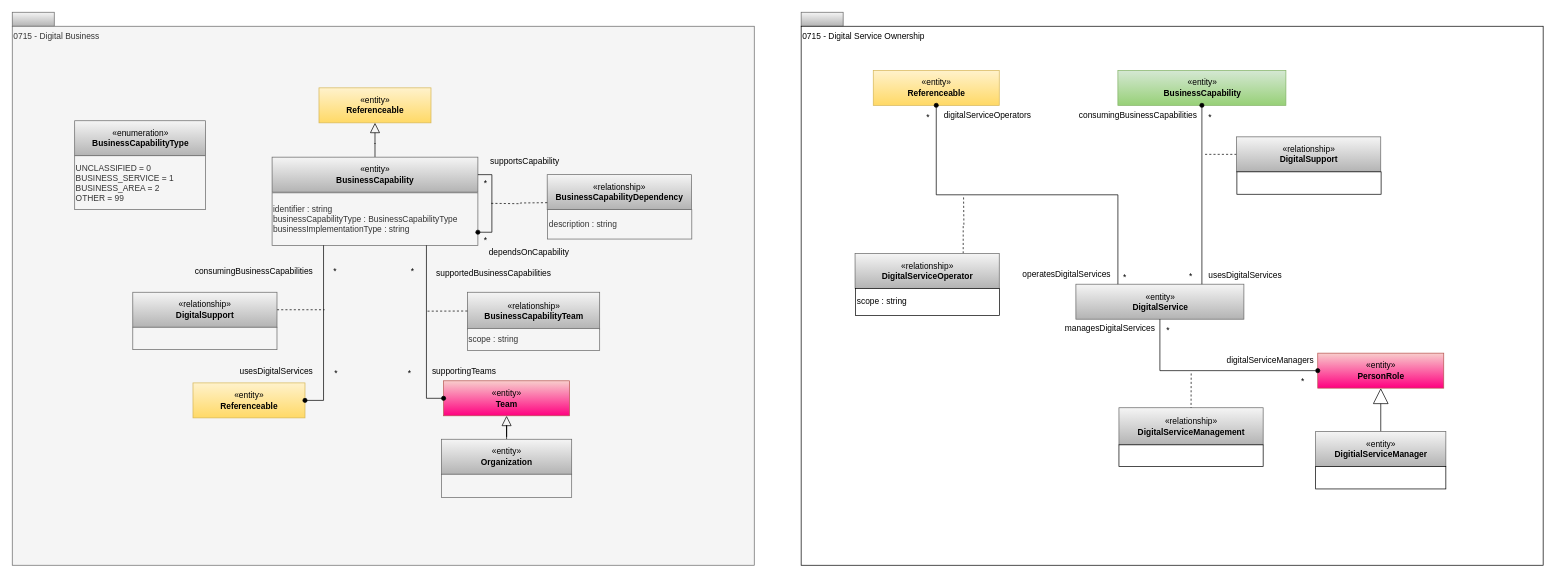
This is page "0715-Digital-Business" (5 of 18) of site/docs/types/7/area-7-lineage.drawio from odpi/egeria-docs, a draw.io file, before an edit. Source tidied: cells renumbered, new cells numbered last; positions are measured from the earlier drawing's top-left corner, leaving out a move shared by most shapes. Both pictures are drawn from the tidied source at 70%, with x=0, y=0 at pixel (12, 12).
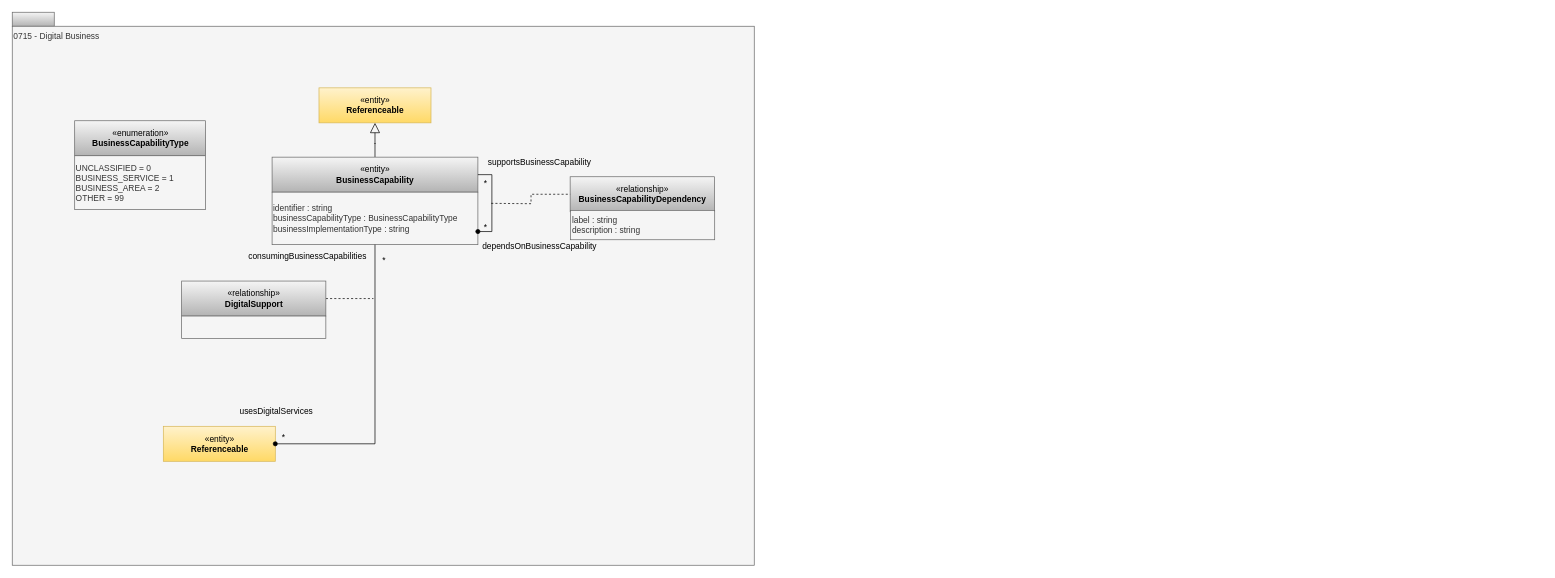
Above is the later version.

Change to the diagram source:
```diff
@@
-    <mxCell id="4" style="rounded=0;whiteSpace=wrap;html=1;align=left;fillColor=#f5f5f5;strokeColor=#666666;gradientColor=#b3b3b3;" parent="1" vertex="1">
-      <mxGeometry x="1127" width="60" height="20" as="geometry" />
-    </mxCell>
-    <mxCell id="5" value="0715 - Digital Service Ownership" style="rounded=0;whiteSpace=wrap;html=1;align=left;verticalAlign=top;" parent="1" vertex="1">
-      <mxGeometry x="1127" y="20" width="1060" height="770" as="geometry" />
-    </mxCell>
-    <mxCell id="6" style="edgeStyle=orthogonalEdgeStyle;rounded=0;html=1;exitX=0.75;exitY=0;dashed=1;endArrow=none;endFill=0;jettySize=auto;exitDx=0;exitDy=0;" parent="1" edge="1" source="7">
-      <mxGeometry relative="1" as="geometry">
-        <mxPoint x="1359" y="262" as="targetPoint" />
-      </mxGeometry>
-    </mxCell>
-    <mxCell id="7" value="«relationship»&lt;br&gt;&lt;b&gt;DigitalServiceOperator&lt;/b&gt;" style="html=1;strokeColor=#666666;align=center;fillColor=#f5f5f5;gradientColor=#b3b3b3;" parent="1" vertex="1">
-      <mxGeometry x="1204" y="344.5" width="206" height="50" as="geometry" />
-    </mxCell>
-    <mxCell id="8" value="scope : string" style="rounded=0;whiteSpace=wrap;html=1;strokeColor=#000000;gradientColor=#ffffff;align=left;" parent="1" vertex="1">
-      <mxGeometry x="1204.5" y="394.5" width="206" height="38.5" as="geometry" />
-    </mxCell>
-    <mxCell id="9" value="«entity»&lt;br&gt;&lt;b&gt;DigitalService&lt;/b&gt;" style="html=1;strokeColor=#666666;align=center;fillColor=#f5f5f5;gradientColor=#b3b3b3;" parent="1" vertex="1">
-      <mxGeometry x="1519.5" y="388.5" width="240" height="50" as="geometry" />
-    </mxCell>
-    <mxCell id="10" value="«entity»&lt;br&gt;&lt;b&gt;BusinessCapability&lt;/b&gt;" style="html=1;strokeColor=#82b366;align=center;fillColor=#d5e8d4;gradientColor=#97d077;" parent="1" vertex="1">
-      <mxGeometry x="1579.5" y="83" width="240" height="50" as="geometry" />
-    </mxCell>
-    <mxCell id="11" style="edgeStyle=orthogonalEdgeStyle;rounded=0;html=1;exitX=0;exitY=0.5;endArrow=none;endFill=0;jettySize=auto;dashed=1;" parent="1" edge="1" source="12">
-      <mxGeometry relative="1" as="geometry">
-        <mxPoint x="1701" y="203" as="targetPoint" />
-      </mxGeometry>
-    </mxCell>
-    <mxCell id="12" value="«relationship»&lt;br&gt;&lt;b&gt;DigitalSupport&lt;/b&gt;" style="html=1;strokeColor=#666666;align=center;fillColor=#f5f5f5;gradientColor=#b3b3b3;" parent="1" vertex="1">
-      <mxGeometry x="1749" y="178" width="206" height="50" as="geometry" />
-    </mxCell>
-    <mxCell id="13" style="rounded=0;whiteSpace=wrap;html=1;strokeColor=#000000;gradientColor=#ffffff;align=left;" parent="1" vertex="1">
-      <mxGeometry x="1749.5" y="228" width="206" height="32" as="geometry" />
-    </mxCell>
-    <mxCell id="14" value="digitalServiceOperators" style="text;html=1;align=center;verticalAlign=top;spacingTop=-4;" parent="1" vertex="1">
-      <mxGeometry x="1323" y="137" width="140" height="20" as="geometry" />
-    </mxCell>
-    <mxCell id="15" value="*" style="text;html=1;align=center;verticalAlign=top;spacingTop=-4;" parent="1" vertex="1">
-      <mxGeometry x="1300" y="140" width="15" height="14" as="geometry" />
-    </mxCell>
-    <mxCell id="16" value="*" style="text;html=1;align=center;verticalAlign=top;spacingTop=-4;" parent="1" vertex="1">
-      <mxGeometry x="1581" y="369" width="15" height="14" as="geometry" />
-    </mxCell>
-    <mxCell id="17" value="*" style="text;html=1;align=center;verticalAlign=top;spacingTop=-4;" parent="1" vertex="1">
-      <mxGeometry x="1703" y="140" width="15" height="14" as="geometry" />
-    </mxCell>
-    <mxCell id="18" value="*" style="text;html=1;align=center;verticalAlign=top;spacingTop=-4;" parent="1" vertex="1">
-      <mxGeometry x="1643.2" y="445" width="15" height="14" as="geometry" />
-    </mxCell>
-    <mxCell id="19" value="usesDigitalServices" style="text;html=1;align=center;verticalAlign=top;spacingTop=-4;" parent="1" vertex="1">
-      <mxGeometry x="1701" y="366" width="120" height="20" as="geometry" />
-    </mxCell>
-    <mxCell id="20" value="digitalServiceManagers" style="text;html=1;align=center;verticalAlign=top;spacingTop=-4;" parent="1" vertex="1">
-      <mxGeometry x="1726.5" y="487" width="140" height="20" as="geometry" />
-    </mxCell>
-    <mxCell id="21" style="edgeStyle=orthogonalEdgeStyle;rounded=0;jettySize=auto;html=1;exitX=0.5;exitY=0;exitDx=0;exitDy=0;endArrow=block;endFill=0;endSize=20;" parent="1" edge="1" source="22" target="30">
-      <mxGeometry relative="1" as="geometry" />
-    </mxCell>
-    <mxCell id="22" value="«entity»&lt;br&gt;&lt;b&gt;DigitialServiceManager&lt;/b&gt;" style="html=1;strokeColor=#666666;align=center;fillColor=#f5f5f5;gradientColor=#b3b3b3;" parent="1" vertex="1">
-      <mxGeometry x="1862" y="599" width="186" height="50" as="geometry" />
-    </mxCell>
-    <mxCell id="23" value="*" style="text;html=1;strokeColor=none;fillColor=none;align=center;verticalAlign=middle;whiteSpace=wrap;rounded=0;" parent="1" vertex="1">
-      <mxGeometry x="1831" y="519" width="26" height="18" as="geometry" />
-    </mxCell>
-    <mxCell id="24" value="«relationship»&lt;br&gt;&lt;b&gt;DigitalServiceManagement&lt;/b&gt;" style="html=1;strokeColor=#666666;align=center;fillColor=#f5f5f5;gradientColor=#b3b3b3;" parent="1" vertex="1">
-      <mxGeometry x="1581" y="565" width="206" height="53" as="geometry" />
-    </mxCell>
-    <mxCell id="25" style="endArrow=none;dashed=1;html=1;entryX=0.5;entryY=0;entryDx=0;entryDy=0;" parent="1" edge="1" target="24">
-      <mxGeometry relative="1" as="geometry">
-        <mxPoint x="1684.2" y="516" as="sourcePoint" />
-      </mxGeometry>
-    </mxCell>
-    <mxCell id="26" style="rounded=0;whiteSpace=wrap;html=1;strokeColor=#000000;gradientColor=#ffffff;align=left;" parent="1" vertex="1">
-      <mxGeometry x="1581" y="618" width="206" height="31" as="geometry" />
-    </mxCell>
-    <mxCell id="27" value="consumingBusinessCapabilities" style="text;html=1;strokeColor=none;fillColor=none;align=center;verticalAlign=middle;whiteSpace=wrap;rounded=0;" parent="1" vertex="1">
-      <mxGeometry x="1557.8" y="137" width="100.5" height="20" as="geometry" />
-    </mxCell>
-    <mxCell id="28" value="managesDigitalServices" style="text;html=1;strokeColor=none;fillColor=none;align=center;verticalAlign=middle;whiteSpace=wrap;rounded=0;" parent="1" vertex="1">
-      <mxGeometry x="1511" y="442" width="115" height="20" as="geometry" />
-    </mxCell>
-    <mxCell id="29" value="*" style="text;html=1;strokeColor=none;fillColor=none;align=center;verticalAlign=middle;whiteSpace=wrap;rounded=0;" parent="1" vertex="1">
-      <mxGeometry x="1671" y="368.5" width="26" height="18" as="geometry" />
-    </mxCell>
-    <mxCell id="30" value="«entity»&lt;br&gt;&lt;b&gt;PersonRole&lt;/b&gt;" style="html=1;strokeColor=#b85450;align=center;fillColor=#f8cecc;gradientColor=#FF0080;" parent="1" vertex="1">
-      <mxGeometry x="1865" y="487" width="180" height="50" as="geometry" />
-    </mxCell>
-    <mxCell id="31" value="operatesDigitalServices" style="text;html=1;align=center;verticalAlign=top;spacingTop=-4;" parent="1" vertex="1">
-      <mxGeometry x="1436" y="365" width="140" height="20" as="geometry" />
-    </mxCell>
-    <mxCell id="32" style="edgeStyle=orthogonalEdgeStyle;rounded=0;html=1;exitX=0.5;exitY=1;endArrow=none;endFill=0;jettySize=auto;exitDx=0;exitDy=0;startArrow=oval;startFill=1;entryX=0.75;entryY=0;entryDx=0;entryDy=0;" parent="1" edge="1" source="10" target="9">
-      <mxGeometry relative="1" as="geometry" />
-    </mxCell>
-    <mxCell id="33" style="edgeStyle=orthogonalEdgeStyle;rounded=0;html=1;exitX=0.5;exitY=1;entryX=0;entryY=0.5;jettySize=auto;endArrow=oval;endFill=1;exitDx=0;exitDy=0;entryDx=0;entryDy=0;" parent="1" edge="1" source="9" target="30">
-      <mxGeometry relative="1" as="geometry" />
-    </mxCell>
-    <mxCell id="34" style="rounded=0;whiteSpace=wrap;html=1;strokeColor=#000000;gradientColor=#ffffff;align=left;" parent="1" vertex="1">
-      <mxGeometry x="1862" y="649" width="186" height="32" as="geometry" />
-    </mxCell>
-    <mxCell id="35" value="«entity»&lt;br&gt;&lt;b&gt;Referenceable&lt;/b&gt;" style="html=1;strokeColor=#d6b656;align=center;fillColor=#fff2cc;gradientColor=#ffd966;" parent="1" vertex="1">
-      <mxGeometry x="1230" y="83" width="180" height="50" as="geometry" />
-    </mxCell>
-    <mxCell id="36" style="edgeStyle=orthogonalEdgeStyle;rounded=0;html=1;exitX=0.25;exitY=0;endArrow=oval;endFill=1;jettySize=auto;exitDx=0;exitDy=0;" parent="1" edge="1" source="9" target="35">
-      <mxGeometry relative="1" as="geometry" />
-    </mxCell>
@@
-    <mxCell id="40" value="*" style="text;html=1;strokeColor=none;fillColor=none;align=center;verticalAlign=middle;whiteSpace=wrap;rounded=0;" parent="1" vertex="1">
-      <mxGeometry x="559.2" y="361" width="26" height="18" as="geometry" />
-    </mxCell>
-    <mxCell id="41" value="«relationship»&lt;br&gt;&lt;b&gt;BusinessCapabilityTeam&lt;/b&gt;" style="html=1;strokeColor=#666666;align=center;fillColor=#f5f5f5;gradientColor=#b3b3b3;" parent="1" vertex="1">
-      <mxGeometry x="650.2" y="400" width="189" height="53" as="geometry" />
-    </mxCell>
-    <mxCell id="42" style="endArrow=none;dashed=1;html=1;" parent="1" edge="1" target="41">
-      <mxGeometry relative="1" as="geometry">
-        <mxPoint x="593.2" y="427" as="sourcePoint" />
-      </mxGeometry>
-    </mxCell>
-    <mxCell id="43" value="scope : string" style="rounded=0;whiteSpace=wrap;html=1;strokeColor=#666666;align=left;fillColor=#f5f5f5;fontColor=#333333;" parent="1" vertex="1">
-      <mxGeometry x="650.2" y="452" width="189" height="31" as="geometry" />
-    </mxCell>
-    <mxCell id="44" value="supportedBusinessCapabilities" style="text;html=1;strokeColor=none;fillColor=none;align=center;verticalAlign=middle;whiteSpace=wrap;rounded=0;" parent="1" vertex="1">
-      <mxGeometry x="625.2" y="363" width="126" height="20" as="geometry" />
-    </mxCell>
-    <mxCell id="45" value="supportingTeams" style="text;html=1;strokeColor=none;fillColor=none;align=left;verticalAlign=middle;whiteSpace=wrap;rounded=0;" parent="1" vertex="1">
-      <mxGeometry x="597.8" y="503" width="135" height="20" as="geometry" />
-    </mxCell>
-    <mxCell id="46" value="*" style="text;html=1;strokeColor=none;fillColor=none;align=center;verticalAlign=middle;whiteSpace=wrap;rounded=0;" parent="1" vertex="1">
-      <mxGeometry x="554.8" y="507" width="26" height="18" as="geometry" />
-    </mxCell>
     <mxCell id="47" value="identifier : string&lt;br&gt;businessCapabilityType : BusinessCapabilityType&lt;br&gt;businessImplementationType : string" style="rounded=0;whiteSpace=wrap;html=1;strokeColor=#666666;align=left;fillColor=#f5f5f5;fontColor=#333333;" parent="1" vertex="1">
-      <mxGeometry x="371.2" y="258" width="294" height="75" as="geometry" />
+      <mxGeometry x="371.2" y="257" width="294" height="75" as="geometry" />
     </mxCell>
-    <mxCell id="48" style="edgeStyle=orthogonalEdgeStyle;rounded=0;jettySize=auto;html=1;exitX=0.5;exitY=0;exitDx=0;exitDy=0;startArrow=none;startFill=0;endArrow=block;endFill=0;endSize=12;" parent="1" edge="1" source="49" target="50">
-      <mxGeometry relative="1" as="geometry" />
-    </mxCell>
-    <mxCell id="49" value="«entity»&lt;br&gt;&lt;b&gt;Organization&lt;/b&gt;" style="html=1;strokeColor=#666666;align=center;fillColor=#f5f5f5;gradientColor=#b3b3b3;" parent="1" vertex="1">
-      <mxGeometry x="613.2" y="610" width="186" height="50" as="geometry" />
-    </mxCell>
-    <mxCell id="50" value="«entity»&lt;br&gt;&lt;b&gt;Team&lt;/b&gt;" style="html=1;strokeColor=#b85450;align=center;fillColor=#f8cecc;gradientColor=#FF0080;" parent="1" vertex="1">
-      <mxGeometry x="616.2" y="526.5" width="180" height="50" as="geometry" />
-    </mxCell>
-    <mxCell id="51" style="rounded=0;whiteSpace=wrap;html=1;strokeColor=#666666;align=left;fillColor=#f5f5f5;fontColor=#333333;" parent="1" vertex="1">
-      <mxGeometry x="613.2" y="660" width="186" height="33" as="geometry" />
-    </mxCell>
@@
-    <mxCell id="54" style="edgeStyle=orthogonalEdgeStyle;rounded=0;html=1;jettySize=auto;endArrow=none;endFill=0;startArrow=oval;startFill=1;entryX=0.75;entryY=1;entryDx=0;entryDy=0;exitX=0;exitY=0.5;exitDx=0;exitDy=0;" parent="1" edge="1" source="50" target="47">
-      <mxGeometry relative="1" as="geometry" />
-    </mxCell>
     <mxCell id="55" style="edgeStyle=orthogonalEdgeStyle;rounded=0;html=1;exitX=1;exitY=0.5;endArrow=none;endFill=0;jettySize=auto;dashed=1;exitDx=0;exitDy=0;" parent="1" edge="1" source="56">
       <mxGeometry relative="1" as="geometry">
-        <mxPoint x="446.2" y="425" as="targetPoint" />
+        <mxPoint x="516" y="409" as="targetPoint" />
       </mxGeometry>
     </mxCell>
     <mxCell id="56" value="«relationship»&lt;br&gt;&lt;b&gt;DigitalSupport&lt;/b&gt;" style="html=1;strokeColor=#666666;align=center;fillColor=#f5f5f5;gradientColor=#b3b3b3;" parent="1" vertex="1">
-      <mxGeometry x="172.2" y="400" width="206" height="50" as="geometry" />
+      <mxGeometry x="242" y="384" width="206" height="50" as="geometry" />
     </mxCell>
     <mxCell id="57" style="rounded=0;whiteSpace=wrap;html=1;strokeColor=#666666;align=left;fillColor=#f5f5f5;fontColor=#333333;" parent="1" vertex="1">
-      <mxGeometry x="172.2" y="450" width="206" height="32" as="geometry" />
+      <mxGeometry x="242" y="434" width="206" height="32" as="geometry" />
     </mxCell>
     <mxCell id="58" value="*" style="text;html=1;align=center;verticalAlign=top;spacingTop=-4;" parent="1" vertex="1">
-      <mxGeometry x="453.2" y="361" width="15" height="14" as="geometry" />
+      <mxGeometry x="523" y="345" width="15" height="14" as="geometry" />
     </mxCell>
     <mxCell id="59" value="usesDigitalServices" style="text;html=1;align=center;verticalAlign=top;spacingTop=-4;" parent="1" vertex="1">
-      <mxGeometry x="315.2" y="503" width="123" height="20" as="geometry" />
+      <mxGeometry x="315.2" y="559.5" width="123" height="20" as="geometry" />
     </mxCell>
     <mxCell id="60" value="consumingBusinessCapabilities" style="text;html=1;strokeColor=none;fillColor=none;align=center;verticalAlign=middle;whiteSpace=wrap;rounded=0;" parent="1" vertex="1">
-      <mxGeometry x="295.2" y="360" width="100.5" height="20" as="geometry" />
+      <mxGeometry x="321" y="339" width="202" height="20" as="geometry" />
     </mxCell>
     <mxCell id="61" value="*" style="text;html=1;strokeColor=none;fillColor=none;align=center;verticalAlign=middle;whiteSpace=wrap;rounded=0;" parent="1" vertex="1">
-      <mxGeometry x="450.2" y="507" width="26" height="18" as="geometry" />
+      <mxGeometry x="375" y="599" width="26" height="18" as="geometry" />
     </mxCell>
     <mxCell id="62" value="«entity»&lt;br&gt;&lt;b&gt;Referenceable&lt;/b&gt;" style="html=1;strokeColor=#d6b656;align=center;fillColor=#fff2cc;gradientColor=#ffd966;" parent="1" vertex="1">
-      <mxGeometry x="258.2" y="529.5" width="160" height="50" as="geometry" />
+      <mxGeometry x="215.8" y="591.5" width="160" height="50" as="geometry" />
     </mxCell>
-    <mxCell id="63" style="edgeStyle=orthogonalEdgeStyle;rounded=0;html=1;exitX=1;exitY=0.5;endArrow=none;endFill=0;jettySize=auto;exitDx=0;exitDy=0;startArrow=oval;startFill=1;entryX=0.25;entryY=1;entryDx=0;entryDy=0;" parent="1" edge="1" source="62" target="47">
+    <mxCell id="63" style="edgeStyle=orthogonalEdgeStyle;rounded=0;html=1;exitX=1;exitY=0.5;endArrow=none;endFill=0;jettySize=auto;exitDx=0;exitDy=0;startArrow=oval;startFill=1;entryX=0.5;entryY=1;entryDx=0;entryDy=0;" parent="1" edge="1" source="62" target="47">
       <mxGeometry relative="1" as="geometry" />
     </mxCell>
     <mxCell id="64" value="«relationship»&lt;br&gt;&lt;b&gt;BusinessCapabilityDependency&lt;/b&gt;" style="html=1;strokeColor=#666666;align=center;fillColor=#f5f5f5;gradientColor=#b3b3b3;" parent="1" vertex="1">
-      <mxGeometry x="764.2" y="232" width="206" height="50" as="geometry" />
+      <mxGeometry x="797" y="235" width="206" height="50" as="geometry" />
     </mxCell>
-    <mxCell id="65" value="description : string" style="rounded=0;whiteSpace=wrap;html=1;strokeColor=#666666;align=left;fillColor=#f5f5f5;fontColor=#333333;" parent="1" vertex="1">
-      <mxGeometry x="764.8" y="282" width="206" height="42" as="geometry" />
+    <mxCell id="65" value="label : string&lt;div&gt;description : string&lt;/div&gt;" style="rounded=0;whiteSpace=wrap;html=1;strokeColor=#666666;align=left;fillColor=#f5f5f5;fontColor=#333333;" parent="1" vertex="1">
+      <mxGeometry x="797.5" y="283" width="206" height="42" as="geometry" />
     </mxCell>
-    <mxCell id="66" value="supportsCapability" style="text;html=1;align=center;verticalAlign=top;spacingTop=-4;" parent="1" vertex="1">
-      <mxGeometry x="673.2" y="203" width="117" height="20" as="geometry" />
+    <mxCell id="66" value="supportsBusinessCapability" style="text;html=1;align=center;verticalAlign=top;spacingTop=-4;" parent="1" vertex="1">
+      <mxGeometry x="668.2" y="205" width="170" height="20" as="geometry" />
     </mxCell>
@@
     <mxCell id="68" value="*" style="text;html=1;align=center;verticalAlign=top;spacingTop=-4;" parent="1" vertex="1">
-      <mxGeometry x="668.2" y="316" width="15" height="14" as="geometry" />
+      <mxGeometry x="668.2" y="298" width="15" height="14" as="geometry" />
     </mxCell>
-    <mxCell id="69" value="dependsOnCapability" style="text;html=1;align=center;verticalAlign=top;spacingTop=-4;" parent="1" vertex="1">
-      <mxGeometry x="671.2" y="333" width="133" height="20" as="geometry" />
+    <mxCell id="69" value="dependsOnBusinessCapability" style="text;html=1;align=center;verticalAlign=top;spacingTop=-4;" parent="1" vertex="1">
+      <mxGeometry x="658.2" y="325" width="190" height="20" as="geometry" />
     </mxCell>
@@
-    <mxCell id="71" style="edgeStyle=orthogonalEdgeStyle;rounded=0;html=1;exitX=1;exitY=0.5;dashed=1;endArrow=none;endFill=0;jettySize=auto;orthogonalLoop=1;" parent="1" edge="1">
+    <mxCell id="71" style="edgeStyle=orthogonalEdgeStyle;rounded=0;html=1;exitX=1;exitY=0.5;dashed=1;endArrow=none;endFill=0;jettySize=auto;entryX=0;entryY=0.5;entryDx=0;entryDy=0;" parent="1" edge="1" target="64">
       <mxGeometry relative="1" as="geometry">
         <mxPoint x="684.2" y="273" as="sourcePoint" />
-        <mxPoint x="766.2" y="272" as="targetPoint" />
       </mxGeometry>
     </mxCell>
```
